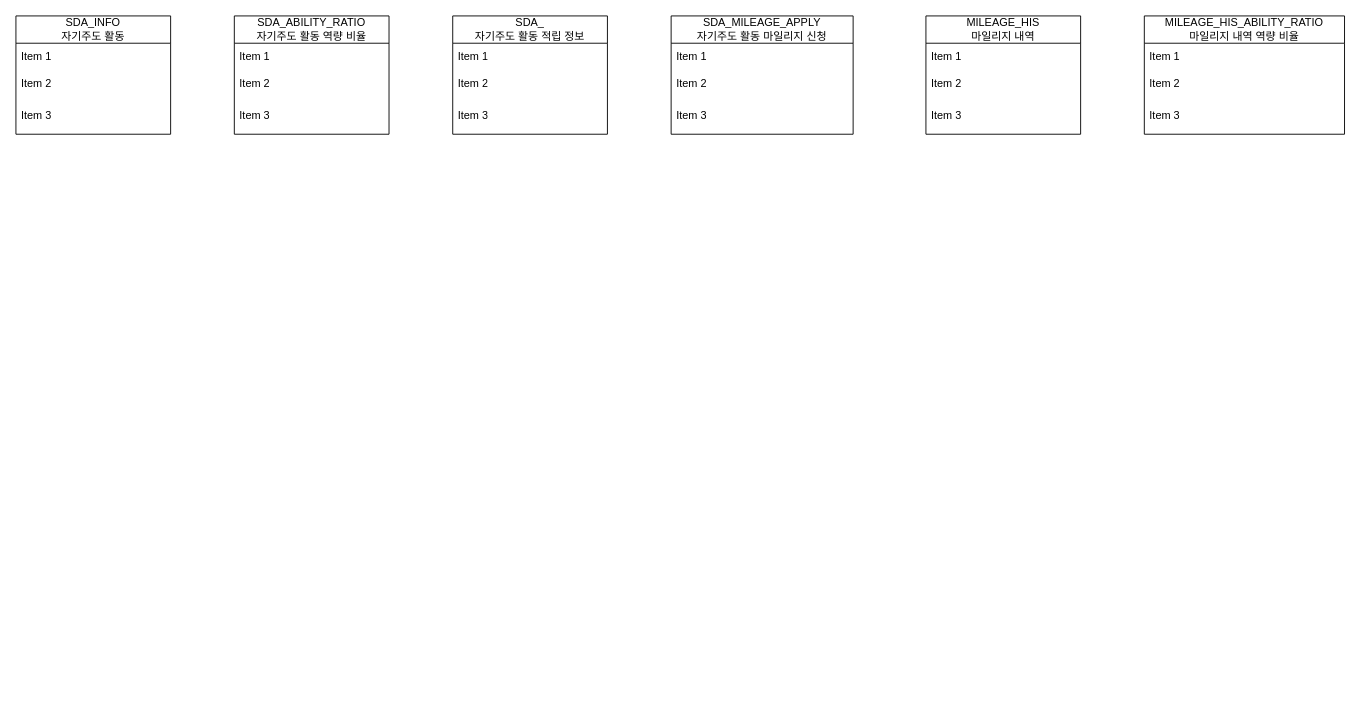
Above: page "마일리지, 자기주도 활동" (1 of 2) of Table Structure.drawio in HAR00N/draw.io (draw.io), before the change. Source tidied: cells renumbered, new cells numbered last; positions are measured from the earlier drawing's top-left corner, leaving out a move shared by most shapes. Both pictures are drawn from the tidied source at 91%, with x=0, y=0 at pixel (15, 15).
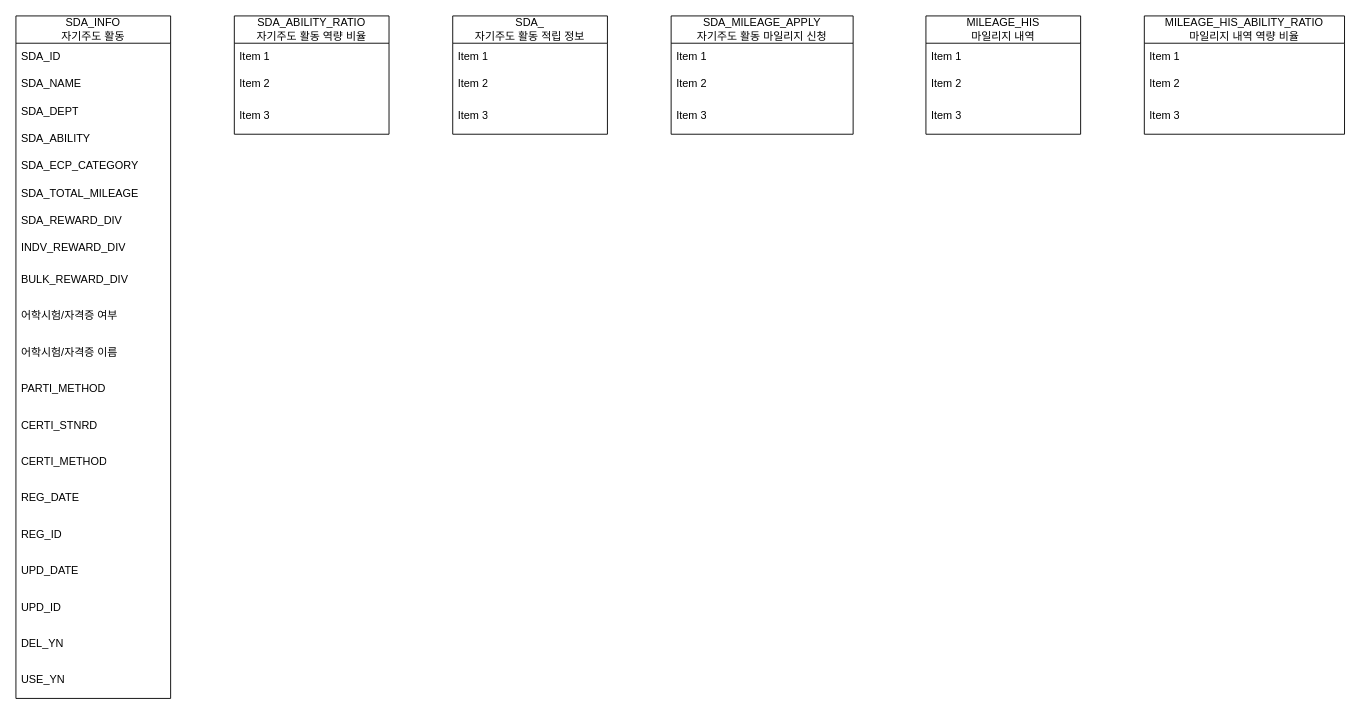
The same diagram, later.

The edit, as a diff of the source:
```diff
@@
     <mxCell id="2" value="&lt;div&gt;SDA_INFO&lt;/div&gt;자기주도 활동" style="swimlane;fontStyle=0;horizontal=1;startSize=30;whiteSpace=wrap;html=1;" parent="1" vertex="1">
-      <mxGeometry width="170" height="130" as="geometry" />
+      <mxGeometry width="170" height="750" as="geometry" />
     </mxCell>
-    <mxCell id="3" value="Item 1" style="text;strokeColor=none;fillColor=none;align=left;verticalAlign=middle;spacingLeft=4;spacingRight=4;overflow=hidden;whiteSpace=wrap;html=1;" parent="2" vertex="1">
+    <mxCell id="3" value="SDA_ID" style="text;strokeColor=none;fillColor=none;align=left;verticalAlign=middle;spacingLeft=4;spacingRight=4;overflow=hidden;whiteSpace=wrap;html=1;" parent="2" vertex="1">
       <mxGeometry y="30" width="170" height="30" as="geometry" />
     </mxCell>
-    <mxCell id="4" value="Item 2" style="text;strokeColor=none;fillColor=none;align=left;verticalAlign=middle;spacingLeft=4;spacingRight=4;overflow=hidden;whiteSpace=wrap;html=1;" parent="2" vertex="1">
+    <mxCell id="4" value="SDA_NAME" style="text;strokeColor=none;fillColor=none;align=left;verticalAlign=middle;spacingLeft=4;spacingRight=4;overflow=hidden;whiteSpace=wrap;html=1;" parent="2" vertex="1">
       <mxGeometry y="60" width="170" height="30" as="geometry" />
     </mxCell>
+    <mxCell id="26" value="SDA_DEPT" style="text;strokeColor=none;fillColor=none;align=left;verticalAlign=middle;spacingLeft=4;spacingRight=4;overflow=hidden;whiteSpace=wrap;html=1;" parent="2" vertex="1">
+      <mxGeometry y="90" width="170" height="30" as="geometry" />
+    </mxCell>
+    <mxCell id="27" value="SDA_ABILITY" style="text;strokeColor=none;fillColor=none;align=left;verticalAlign=middle;spacingLeft=4;spacingRight=4;overflow=hidden;whiteSpace=wrap;html=1;" parent="2" vertex="1">
+      <mxGeometry y="120" width="170" height="30" as="geometry" />
+    </mxCell>
+    <mxCell id="28" value="SDA_ECP_CATEGORY" style="text;strokeColor=none;fillColor=none;align=left;verticalAlign=middle;spacingLeft=4;spacingRight=4;overflow=hidden;whiteSpace=wrap;html=1;" parent="2" vertex="1">
+      <mxGeometry y="150" width="170" height="30" as="geometry" />
+    </mxCell>
+    <mxCell id="29" value="SDA_TOTAL_MILEAGE" style="text;strokeColor=none;fillColor=none;align=left;verticalAlign=middle;spacingLeft=4;spacingRight=4;overflow=hidden;whiteSpace=wrap;html=1;" parent="2" vertex="1">
+      <mxGeometry y="180" width="170" height="30" as="geometry" />
+    </mxCell>
+    <mxCell id="30" value="SDA_REWARD_DIV" style="text;strokeColor=none;fillColor=none;align=left;verticalAlign=middle;spacingLeft=4;spacingRight=4;overflow=hidden;whiteSpace=wrap;html=1;" parent="2" vertex="1">
+      <mxGeometry y="210" width="170" height="30" as="geometry" />
+    </mxCell>
+    <mxCell id="31" value="INDV_REWARD_DIV" style="text;strokeColor=none;fillColor=none;align=left;verticalAlign=middle;spacingLeft=4;spacingRight=4;overflow=hidden;whiteSpace=wrap;html=1;" parent="2" vertex="1">
+      <mxGeometry y="240" width="170" height="30" as="geometry" />
+    </mxCell>
-    <mxCell id="5" value="Item 3" style="text;strokeColor=none;fillColor=none;align=left;verticalAlign=middle;spacingLeft=4;spacingRight=4;overflow=hidden;whiteSpace=wrap;html=1;" parent="2" vertex="1">
-      <mxGeometry y="90" width="170" height="40" as="geometry" />
+    <mxCell id="5" value="BULK_REWARD_DIV" style="text;strokeColor=none;fillColor=none;align=left;verticalAlign=middle;spacingLeft=4;spacingRight=4;overflow=hidden;whiteSpace=wrap;html=1;" parent="2" vertex="1">
+      <mxGeometry y="270" width="170" height="40" as="geometry" />
     </mxCell>
+    <mxCell id="32" value="어학시험/자격증 여부" style="text;strokeColor=none;fillColor=none;align=left;verticalAlign=middle;spacingLeft=4;spacingRight=4;overflow=hidden;whiteSpace=wrap;html=1;" parent="2" vertex="1">
+      <mxGeometry y="310" width="170" height="40" as="geometry" />
+    </mxCell>
+    <mxCell id="33" value="어학시험/자격증 이름" style="text;strokeColor=none;fillColor=none;align=left;verticalAlign=middle;spacingLeft=4;spacingRight=4;overflow=hidden;whiteSpace=wrap;html=1;" parent="2" vertex="1">
+      <mxGeometry y="350" width="170" height="40" as="geometry" />
+    </mxCell>
+    <mxCell id="34" value="PARTI_METHOD" style="text;strokeColor=none;fillColor=none;align=left;verticalAlign=middle;spacingLeft=4;spacingRight=4;overflow=hidden;whiteSpace=wrap;html=1;" parent="2" vertex="1">
+      <mxGeometry y="390" width="170" height="40" as="geometry" />
+    </mxCell>
+    <mxCell id="35" value="CERTI_STNRD" style="text;strokeColor=none;fillColor=none;align=left;verticalAlign=middle;spacingLeft=4;spacingRight=4;overflow=hidden;whiteSpace=wrap;html=1;" parent="2" vertex="1">
+      <mxGeometry y="430" width="170" height="40" as="geometry" />
+    </mxCell>
+    <mxCell id="36" value="CERTI_METHOD" style="text;strokeColor=none;fillColor=none;align=left;verticalAlign=middle;spacingLeft=4;spacingRight=4;overflow=hidden;whiteSpace=wrap;html=1;" parent="2" vertex="1">
+      <mxGeometry y="470" width="170" height="40" as="geometry" />
+    </mxCell>
+    <mxCell id="37" value="REG_DATE" style="text;strokeColor=none;fillColor=none;align=left;verticalAlign=middle;spacingLeft=4;spacingRight=4;overflow=hidden;whiteSpace=wrap;html=1;" parent="2" vertex="1">
+      <mxGeometry y="510" width="170" height="40" as="geometry" />
+    </mxCell>
+    <mxCell id="38" value="REG_ID" style="text;strokeColor=none;fillColor=none;align=left;verticalAlign=middle;spacingLeft=4;spacingRight=4;overflow=hidden;whiteSpace=wrap;html=1;" parent="2" vertex="1">
+      <mxGeometry y="550" width="170" height="40" as="geometry" />
+    </mxCell>
+    <mxCell id="39" value="UPD_DATE" style="text;strokeColor=none;fillColor=none;align=left;verticalAlign=middle;spacingLeft=4;spacingRight=4;overflow=hidden;whiteSpace=wrap;html=1;" parent="2" vertex="1">
+      <mxGeometry y="590" width="170" height="40" as="geometry" />
+    </mxCell>
+    <mxCell id="40" value="UPD_ID" style="text;strokeColor=none;fillColor=none;align=left;verticalAlign=middle;spacingLeft=4;spacingRight=4;overflow=hidden;whiteSpace=wrap;html=1;" parent="2" vertex="1">
+      <mxGeometry y="630" width="170" height="40" as="geometry" />
+    </mxCell>
+    <mxCell id="41" value="DEL_YN" style="text;strokeColor=none;fillColor=none;align=left;verticalAlign=middle;spacingLeft=4;spacingRight=4;overflow=hidden;whiteSpace=wrap;html=1;" parent="2" vertex="1">
+      <mxGeometry y="670" width="170" height="40" as="geometry" />
+    </mxCell>
+    <mxCell id="42" value="USE_YN" style="text;strokeColor=none;fillColor=none;align=left;verticalAlign=middle;spacingLeft=4;spacingRight=4;overflow=hidden;whiteSpace=wrap;html=1;" parent="2" vertex="1">
+      <mxGeometry y="710" width="170" height="40" as="geometry" />
+    </mxCell>
```
